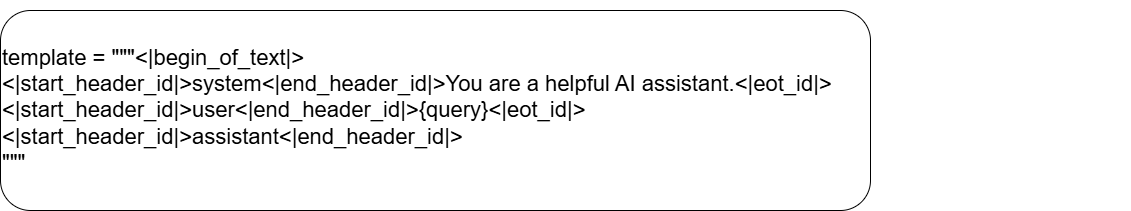
This is mgm/output.png from TuuSiwei/paper_image, a draw.io export, as it was before one commit. Source tidied: cells renumbered, new cells last; positions are measured from the earlier drawing's top-left corner, leaving out a move shared by most shapes. Its diagram source:
```xml
<mxGraphModel>
  <root>
    <mxCell id="0" />
    <mxCell id="1" parent="0" />
    <mxCell id="2" value="&lt;pre style=&quot;box-sizing: border-box; font-family: var(--fontStack-monospace, ui-monospace, SFMono-Regular, SF Mono, Menlo, Consolas, Liberation Mono, monospace); font-size: 13.6px; margin-top: 0px; margin-bottom: 0px; overflow-wrap: normal; padding: var(--base-size-16); overflow: auto; line-height: 1.45; color: rgb(240, 246, 252); background-color: rgb(21, 27, 35); border-radius: 6px; word-break: normal; min-height: 52px; font-style: normal; font-variant-ligatures: normal; font-variant-caps: normal; font-weight: 400; letter-spacing: normal; orphans: 2; text-align: start; text-indent: 0px; text-transform: none; widows: 2; word-spacing: 0px; -webkit-text-stroke-width: 0px; text-decoration-thickness: initial; text-decoration-style: initial; text-decoration-color: initial;&quot;&gt;&lt;br&gt;&lt;/pre&gt;" style="text;whiteSpace=wrap;html=1;" parent="1" vertex="1">
      <mxGeometry x="570" width="560" height="150" as="geometry" />
    </mxCell>
    <mxCell id="3" value="&lt;div style=&quot;&quot;&gt;&lt;div style=&quot;&quot;&gt;&lt;span style=&quot;font-size: 22px;&quot;&gt;template = &quot;&quot;&quot;&amp;lt;|begin_of_text|&amp;gt;&lt;/span&gt;&lt;/div&gt;&lt;div style=&quot;&quot;&gt;&lt;span style=&quot;font-size: 22px;&quot;&gt;&amp;lt;|start_header_id|&amp;gt;system&amp;lt;|end_header_id|&amp;gt;&lt;/span&gt;&lt;span style=&quot;font-size: 22px; background-color: initial;&quot;&gt;You are a helpful AI assistant.&amp;lt;|eot_id|&amp;gt;&lt;/span&gt;&lt;/div&gt;&lt;div style=&quot;&quot;&gt;&lt;span style=&quot;font-size: 22px;&quot;&gt;&amp;lt;|start_header_id|&amp;gt;user&amp;lt;|end_header_id|&amp;gt;&lt;/span&gt;&lt;span style=&quot;font-size: 22px; background-color: initial;&quot;&gt;{query}&amp;lt;|eot_id|&amp;gt;&lt;/span&gt;&lt;/div&gt;&lt;div style=&quot;&quot;&gt;&lt;span style=&quot;font-size: 22px; background-color: initial;&quot;&gt;&amp;lt;|start_header_id|&amp;gt;assistant&amp;lt;|end_header_id|&amp;gt;&lt;/span&gt;&lt;/div&gt;&lt;div style=&quot;&quot;&gt;&lt;span style=&quot;font-size: 22px;&quot;&gt;&quot;&quot;&quot;&lt;/span&gt;&lt;/div&gt;&lt;/div&gt;" style="rounded=1;whiteSpace=wrap;html=1;align=left;" parent="1" vertex="1">
      <mxGeometry y="10" width="870" height="200" as="geometry" />
    </mxCell>
  </root>
</mxGraphModel>
```
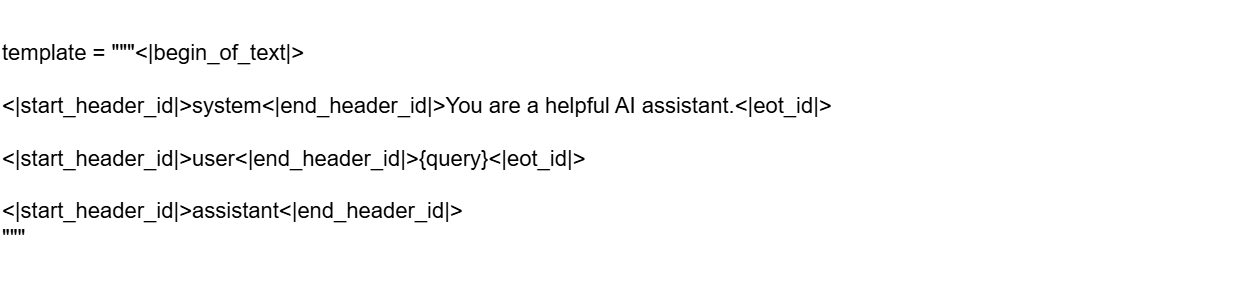
The same diagram one commit later.

Diff of the diagram source:
```diff
@@ -5,8 +5,8 @@
     <mxCell id="2" value="&lt;pre style=&quot;box-sizing: border-box; font-family: var(--fontStack-monospace, ui-monospace, SFMono-Regular, SF Mono, Menlo, Consolas, Liberation Mono, monospace); font-size: 13.6px; margin-top: 0px; margin-bottom: 0px; overflow-wrap: normal; padding: var(--base-size-16); overflow: auto; line-height: 1.45; color: rgb(240, 246, 252); background-color: rgb(21, 27, 35); border-radius: 6px; word-break: normal; min-height: 52px; font-style: normal; font-variant-ligatures: normal; font-variant-caps: normal; font-weight: 400; letter-spacing: normal; orphans: 2; text-align: start; text-indent: 0px; text-transform: none; widows: 2; word-spacing: 0px; -webkit-text-stroke-width: 0px; text-decoration-thickness: initial; text-decoration-style: initial; text-decoration-color: initial;&quot;&gt;&lt;br&gt;&lt;/pre&gt;" style="text;whiteSpace=wrap;html=1;" parent="1" vertex="1">
       <mxGeometry x="570" width="560" height="150" as="geometry" />
     </mxCell>
-    <mxCell id="3" value="&lt;div style=&quot;&quot;&gt;&lt;div style=&quot;&quot;&gt;&lt;span style=&quot;font-size: 22px;&quot;&gt;template = &quot;&quot;&quot;&amp;lt;|begin_of_text|&amp;gt;&lt;/span&gt;&lt;/div&gt;&lt;div style=&quot;&quot;&gt;&lt;span style=&quot;font-size: 22px;&quot;&gt;&amp;lt;|start_header_id|&amp;gt;system&amp;lt;|end_header_id|&amp;gt;&lt;/span&gt;&lt;span style=&quot;font-size: 22px; background-color: initial;&quot;&gt;You are a helpful AI assistant.&amp;lt;|eot_id|&amp;gt;&lt;/span&gt;&lt;/div&gt;&lt;div style=&quot;&quot;&gt;&lt;span style=&quot;font-size: 22px;&quot;&gt;&amp;lt;|start_header_id|&amp;gt;user&amp;lt;|end_header_id|&amp;gt;&lt;/span&gt;&lt;span style=&quot;font-size: 22px; background-color: initial;&quot;&gt;{query}&amp;lt;|eot_id|&amp;gt;&lt;/span&gt;&lt;/div&gt;&lt;div style=&quot;&quot;&gt;&lt;span style=&quot;font-size: 22px; background-color: initial;&quot;&gt;&amp;lt;|start_header_id|&amp;gt;assistant&amp;lt;|end_header_id|&amp;gt;&lt;/span&gt;&lt;/div&gt;&lt;div style=&quot;&quot;&gt;&lt;span style=&quot;font-size: 22px;&quot;&gt;&quot;&quot;&quot;&lt;/span&gt;&lt;/div&gt;&lt;/div&gt;" style="rounded=1;whiteSpace=wrap;html=1;align=left;" parent="1" vertex="1">
-      <mxGeometry y="10" width="870" height="200" as="geometry" />
+    <mxCell id="3" value="&lt;div style=&quot;&quot;&gt;&lt;div style=&quot;&quot;&gt;&lt;span style=&quot;font-size: 22px;&quot;&gt;template = &quot;&quot;&quot;&amp;lt;|begin_of_text|&amp;gt;&lt;/span&gt;&lt;/div&gt;&lt;div style=&quot;&quot;&gt;&lt;span style=&quot;font-size: 22px;&quot;&gt;&lt;br&gt;&lt;/span&gt;&lt;/div&gt;&lt;div style=&quot;&quot;&gt;&lt;span style=&quot;font-size: 22px;&quot;&gt;&amp;lt;|start_header_id|&amp;gt;system&amp;lt;|end_header_id|&amp;gt;&lt;/span&gt;&lt;span style=&quot;font-size: 22px; background-color: initial;&quot;&gt;You are a helpful AI assistant.&amp;lt;|eot_id|&amp;gt;&lt;/span&gt;&lt;/div&gt;&lt;div style=&quot;&quot;&gt;&lt;span style=&quot;font-size: 22px;&quot;&gt;&lt;br&gt;&lt;/span&gt;&lt;/div&gt;&lt;div style=&quot;&quot;&gt;&lt;span style=&quot;font-size: 22px;&quot;&gt;&amp;lt;|start_header_id|&amp;gt;user&amp;lt;|end_header_id|&amp;gt;&lt;/span&gt;&lt;span style=&quot;font-size: 22px; background-color: initial;&quot;&gt;{query}&amp;lt;|eot_id|&amp;gt;&lt;/span&gt;&lt;/div&gt;&lt;div style=&quot;&quot;&gt;&lt;span style=&quot;font-size: 22px; background-color: initial;&quot;&gt;&lt;br&gt;&lt;/span&gt;&lt;/div&gt;&lt;div style=&quot;&quot;&gt;&lt;span style=&quot;font-size: 22px; background-color: initial;&quot;&gt;&amp;lt;|start_header_id|&amp;gt;assistant&amp;lt;|end_header_id|&amp;gt;&lt;/span&gt;&lt;/div&gt;&lt;div style=&quot;&quot;&gt;&lt;span style=&quot;font-size: 22px;&quot;&gt;&quot;&quot;&quot;&lt;/span&gt;&lt;/div&gt;&lt;/div&gt;" style="rounded=1;whiteSpace=wrap;html=1;align=left;fillColor=none;strokeColor=none;" parent="1" vertex="1">
+      <mxGeometry x="-130" y="-80" width="870" height="290" as="geometry" />
     </mxCell>
   </root>
 </mxGraphModel>
```
